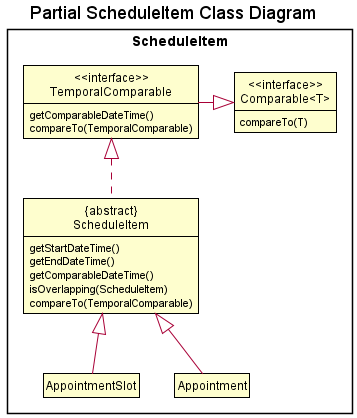
Before: docs/images/ScheduleItemClassDiagram.png, a diagram exported from PlantUML (nus-cs2103-AY2122S2/tp).
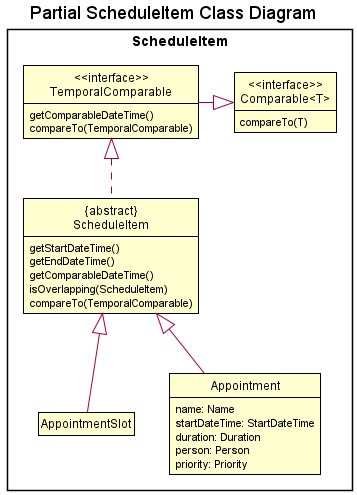
After the change.

Commit message:
Update developer guide diagrams

Diff of the diagram source:
```diff
@@ -10,6 +10,11 @@
 
 package "ScheduleItem" {
     class Appointment {
+        name: Name
+        startDateTime: StartDateTime
+        duration: Duration
+        person: Person
+        priority: Priority
     }
 
     class AppointmentSlot {
```
